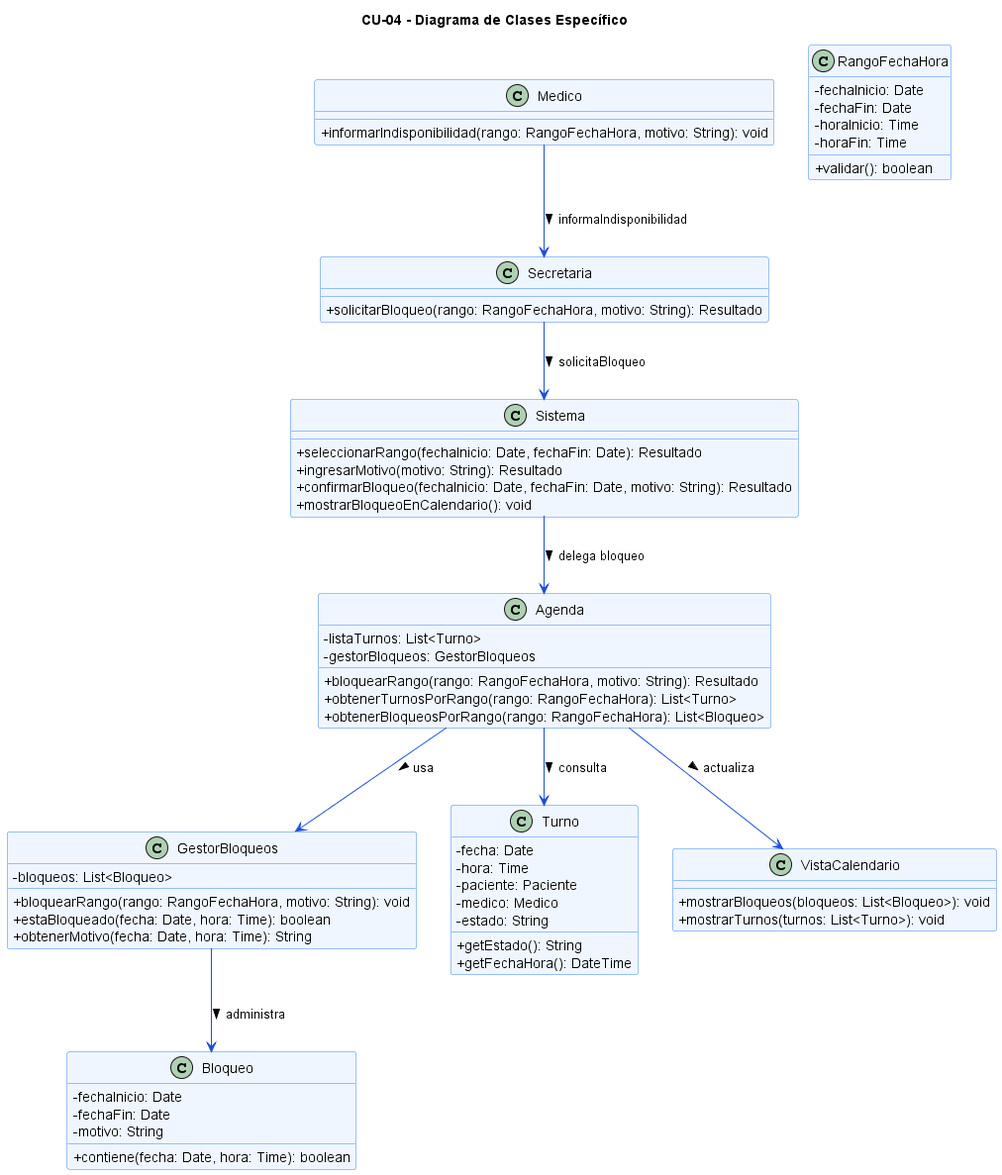
This is diagramas/01-diagrama-clases/04-clase-bloquear-horarios.png from angelgc9107-lgtm/SistemaTurnosMedicos_GP6, a PlantUML export, as it was before one commit. The source it was exported from:
```plantuml
@startuml CU04-Clases-Bloquear-Horarios
skinparam classAttributeIconSize 0
skinparam class {
    BackgroundColor #EFF6FF
    BorderColor #3B82F6
    ArrowColor #1D4ED8
}

title CU-04 - Diagrama de Clases Específico

class Secretaria {
    + solicitarBloqueo(rango: RangoFechaHora, motivo: String): Resultado
}

class Medico {
    + informarIndisponibilidad(rango: RangoFechaHora, motivo: String): void
}

class Agenda {
    - listaTurnos: List<Turno>
    - gestorBloqueos: GestorBloqueos
    + bloquearRango(rango: RangoFechaHora, motivo: String): Resultado
    + obtenerTurnosPorRango(rango: RangoFechaHora): List<Turno>
    + obtenerBloqueosPorRango(rango: RangoFechaHora): List<Bloqueo>
}

class GestorBloqueos {
    - bloqueos: List<Bloqueo>
    + bloquearRango(rango: RangoFechaHora, motivo: String): void
    + estaBloqueado(fecha: Date, hora: Time): boolean
    + obtenerMotivo(fecha: Date, hora: Time): String
}

class Bloqueo {
    - fechaInicio: Date
    - fechaFin: Date
    - motivo: String
    + contiene(fecha: Date, hora: Time): boolean
}

class Turno {
    - fecha: Date
    - hora: Time
    - paciente: Paciente
    - medico: Medico
    - estado: String
    + getEstado(): String
    + getFechaHora(): DateTime
}

class VistaCalendario {
    + mostrarBloqueos(bloqueos: List<Bloqueo>): void
    + mostrarTurnos(turnos: List<Turno>): void
}

class RangoFechaHora {
    - fechaInicio: Date
    - fechaFin: Date
    - horaInicio: Time
    - horaFin: Time
    + validar(): boolean
}

class Sistema {
    + seleccionarRango(fechaInicio: Date, fechaFin: Date): Resultado
    + ingresarMotivo(motivo: String): Resultado
    + confirmarBloqueo(fechaInicio: Date, fechaFin: Date, motivo: String): Resultado
    + mostrarBloqueoEnCalendario(): void
}

Secretaria --> Sistema : solicitaBloqueo >
Sistema --> Agenda : delega bloqueo >
Medico --> Secretaria : informaIndisponibilidad >
Agenda --> GestorBloqueos : usa >
Agenda --> Turno : consulta >
Agenda --> VistaCalendario : actualiza >
GestorBloqueos --> Bloqueo : administra >
@enduml
```
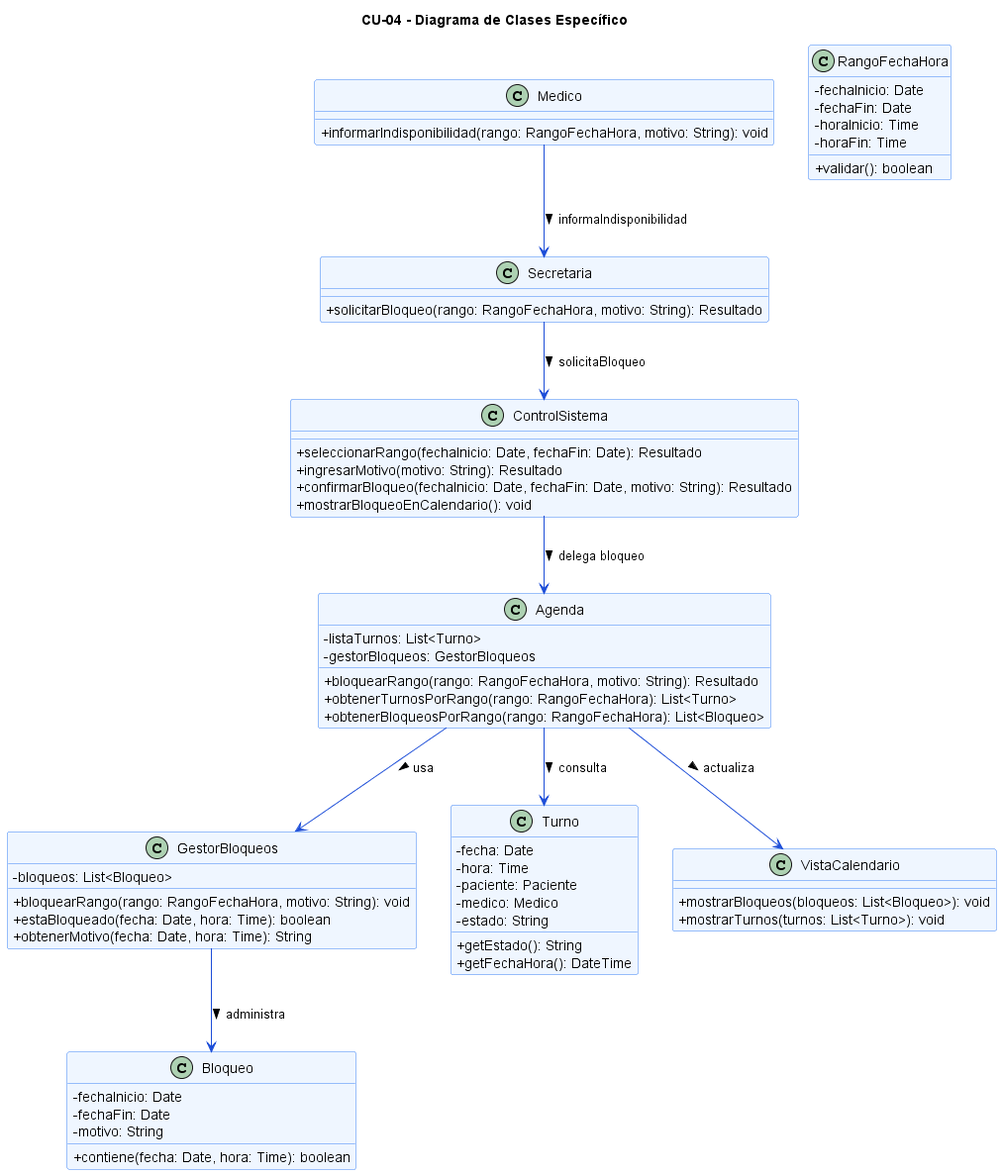
After the change.

Commit message:
Actualiza diagrama

The edit, as a diff of the source:
```diff
@@ -61,15 +61,15 @@
     + validar(): boolean
 }
 
-class Sistema {
+class ControlSistema {
     + seleccionarRango(fechaInicio: Date, fechaFin: Date): Resultado
     + ingresarMotivo(motivo: String): Resultado
     + confirmarBloqueo(fechaInicio: Date, fechaFin: Date, motivo: String): Resultado
     + mostrarBloqueoEnCalendario(): void
 }
 
-Secretaria --> Sistema : solicitaBloqueo >
-Sistema --> Agenda : delega bloqueo >
+Secretaria --> ControlSistema : solicitaBloqueo >
+ControlSistema --> Agenda : delega bloqueo >
 Medico --> Secretaria : informaIndisponibilidad >
 Agenda --> GestorBloqueos : usa >
 Agenda --> Turno : consulta >
```
